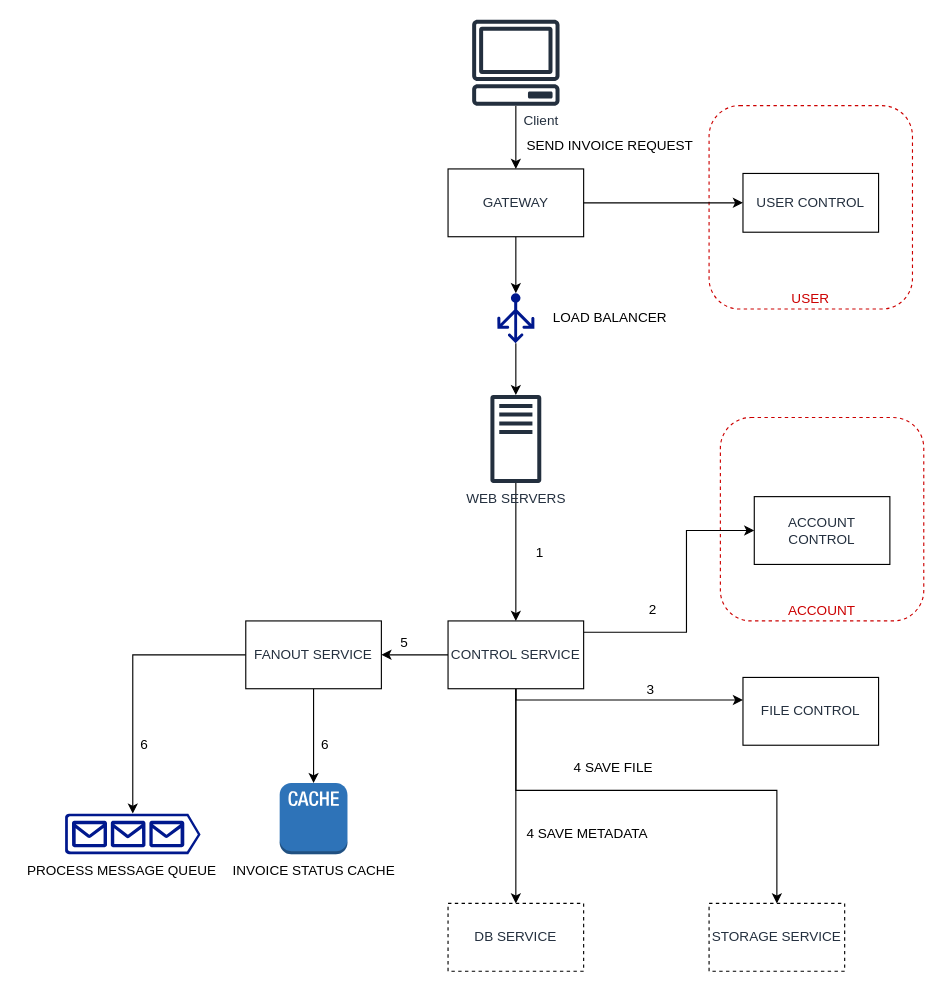
The draw.io diagram integrator/e-invoice/send-invoice/send-invoice.drawio in kordiseps/digital-conversion-design, before the edit. Source tidied: cells renumbered, new cells numbered last; positions are measured from the earlier drawing's top-left corner, leaving out a move shared by most shapes. Both pictures are drawn from the tidied source at 113%, with x=0, y=0 at pixel (19, 19).
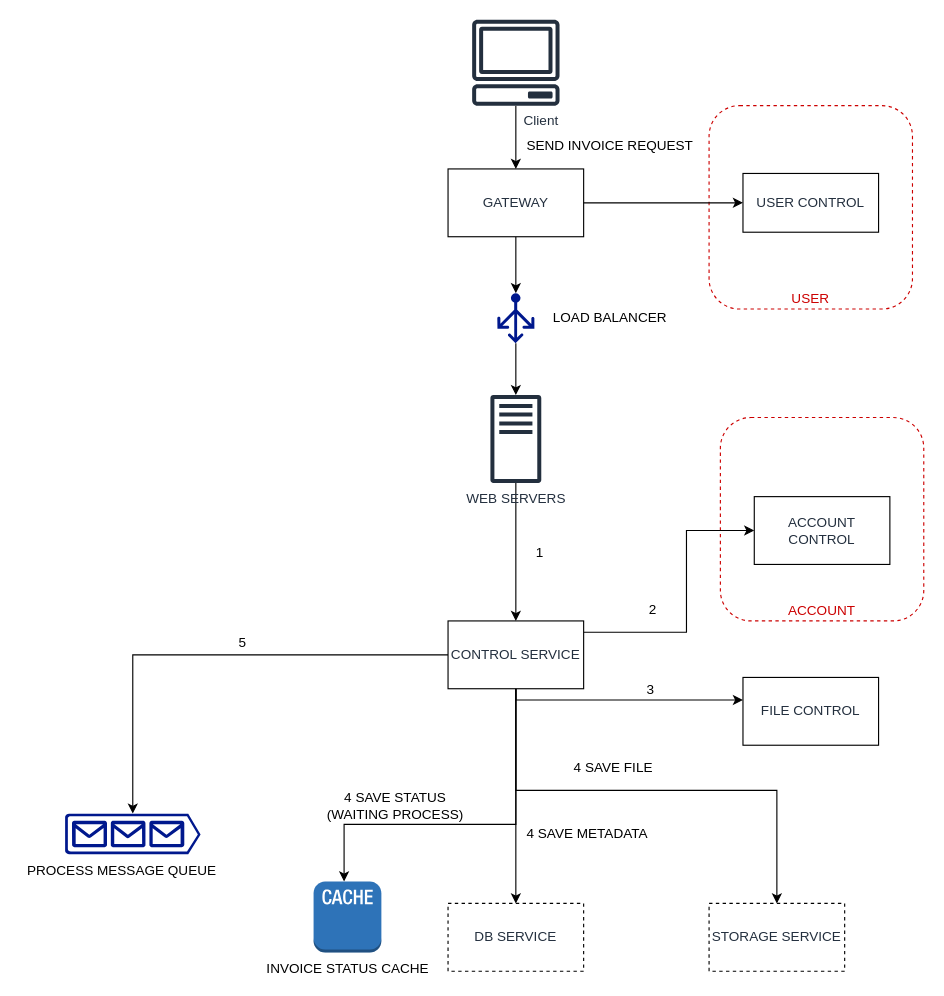
The same diagram, later.

Commit message (it also covers changes not shown here):
Fix send invoice cache step

Unchanged cells that the change refers to:
```xml
<mxCell id="16" value="CONTROL SERVICE" style="whiteSpace=wrap;html=1;dashed=0;fontColor=#232F3E;fontStyle=0;verticalAlign=middle;" parent="1" vertex="1">
  <mxGeometry x="379" y="532" width="120" height="60" as="geometry" />
</mxCell>
<mxCell id="23" style="shadow=0;dashed=0;html=1;strokeColor=none;labelPosition=center;verticalLabelPosition=bottom;verticalAlign=top;align=center;fillColor=#00188D;shape=mxgraph.azure.queue_generic;" parent="1" vertex="1">
  <mxGeometry x="40" y="702.5" width="120" height="36" as="geometry" />
</mxCell>
```

Change to the diagram source:
```diff
@@
-    <mxCell id="11" style="edgeStyle=orthogonalEdgeStyle;rounded=0;jettySize=auto;html=1;" parent="1" edge="1" source="16" target="22">
+    <mxCell id="11" style="edgeStyle=orthogonalEdgeStyle;rounded=0;jettySize=auto;html=1;entryX=0.5;entryY=0;entryDx=0;entryDy=0;entryPerimeter=0;" parent="1" edge="1" source="16" target="23">
       <mxGeometry relative="1" as="geometry" />
     </mxCell>
@@
-    <mxCell id="20" style="edgeStyle=orthogonalEdgeStyle;rounded=0;jettySize=auto;html=1;" parent="1" edge="1" source="22" target="23">
-      <mxGeometry relative="1" as="geometry" />
-    </mxCell>
-    <mxCell id="21" style="edgeStyle=orthogonalEdgeStyle;rounded=0;jettySize=auto;html=1;" parent="1" edge="1" source="22" target="24">
-      <mxGeometry relative="1" as="geometry" />
+    <mxCell id="21" style="edgeStyle=orthogonalEdgeStyle;rounded=0;jettySize=auto;html=1;exitX=0.5;exitY=1;exitDx=0;exitDy=0;" parent="1" edge="1" source="16" target="24">
+      <mxGeometry relative="1" as="geometry">
+        <Array as="points">
+          <mxPoint x="439" y="712" />
+          <mxPoint x="287" y="712" />
+        </Array>
+      </mxGeometry>
     </mxCell>
-    <mxCell id="22" value="FANOUT SERVICE" style="whiteSpace=wrap;html=1;dashed=0;fontColor=#232F3E;fontStyle=0;verticalAlign=middle;" parent="1" vertex="1">
-      <mxGeometry x="200" y="532" width="120" height="60" as="geometry" />
-    </mxCell>
@@
     <mxCell id="24" value="INVOICE STATUS CACHE" style="outlineConnect=0;dashed=0;verticalLabelPosition=bottom;verticalAlign=top;align=center;html=1;shape=mxgraph.aws3.cache_node;fillColor=#2E73B8;gradientColor=none;strokeColor=#000000;" parent="1" vertex="1">
-      <mxGeometry x="230" y="675.5" width="60" height="63" as="geometry" />
+      <mxGeometry x="260" y="762.5" width="60" height="63" as="geometry" />
     </mxCell>
@@
     <mxCell id="33" value="5" style="text;html=1;align=center;verticalAlign=middle;strokeColor=none;" parent="1" vertex="1">
-      <mxGeometry x="330" y="542" width="20" height="20" as="geometry" />
+      <mxGeometry x="187" y="542" width="20" height="20" as="geometry" />
     </mxCell>
-    <mxCell id="34" value="6" style="text;html=1;align=center;verticalAlign=middle;strokeColor=none;" parent="1" vertex="1">
-      <mxGeometry x="260" y="632" width="20" height="20" as="geometry" />
-    </mxCell>
-    <mxCell id="35" value="6" style="text;html=1;align=center;verticalAlign=middle;strokeColor=none;" parent="1" vertex="1">
-      <mxGeometry x="100" y="632" width="20" height="20" as="geometry" />
-    </mxCell>
@@
+    <mxCell id="40" value="&lt;div&gt;4 SAVE STATUS&lt;br&gt;&lt;/div&gt;&lt;div&gt;(WAITING PROCESS) &lt;/div&gt;" style="text;html=1;align=center;verticalAlign=middle;strokeColor=none;" parent="1" vertex="1">
+      <mxGeometry x="262" y="680.5" width="140" height="30" as="geometry" />
+    </mxCell>
```
